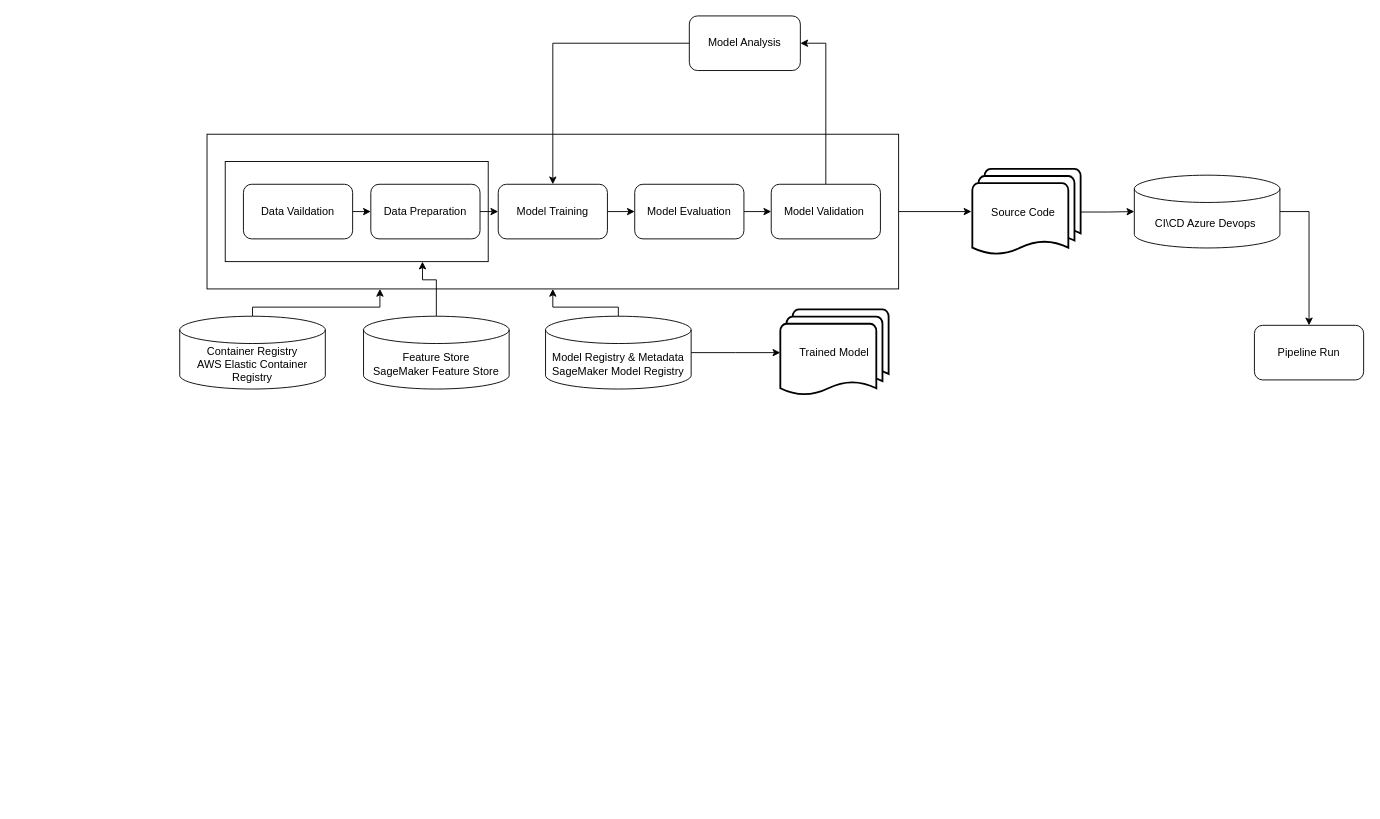
Before: page "Functional Overlay" (3 of 3) of ml_opsv1.drawio in praneshza/praneshza, a draw.io diagram. Source tidied: cells renumbered, new cells numbered last; positions are measured from the earlier drawing's top-left corner, leaving out a move shared by most shapes. Both pictures are drawn from the tidied source at 91%, with x=0, y=0 at pixel (179, 15).
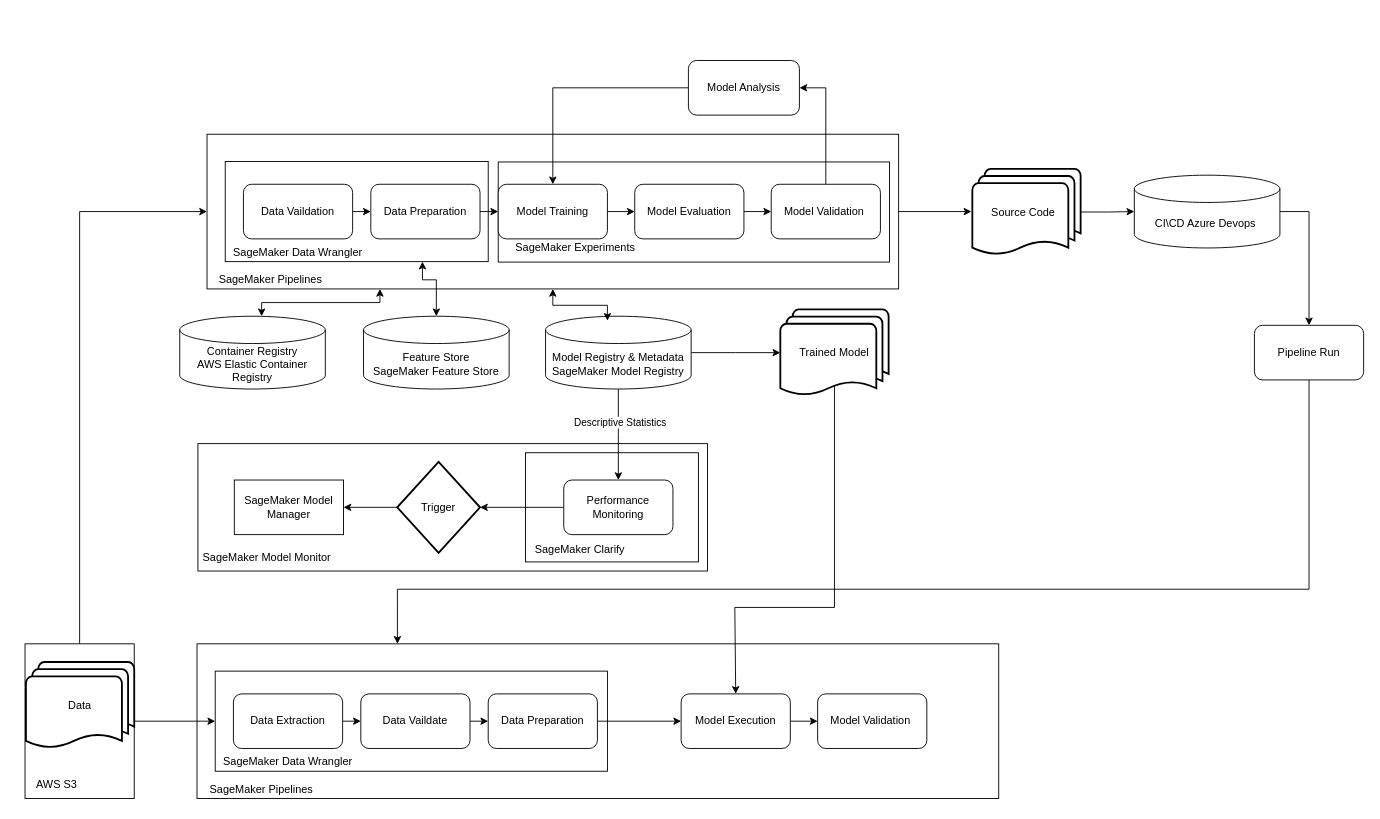
Above is the later version.

The change refers to these unchanged cells:
```xml
<mxCell id="4" style="rounded=0;whiteSpace=wrap;html=1;" parent="1" vertex="1">
  <mxGeometry x="50" y="160" width="289" height="110" as="geometry" />
</mxCell>
<mxCell id="16" value="Feature Store&lt;br style=&quot;border-color: var(--border-color);&quot;&gt;SageMaker Feature Store" style="shape=cylinder3;whiteSpace=wrap;html=1;boundedLbl=1;backgroundOutline=1;size=15;" parent="1" vertex="1">
  <mxGeometry x="202" y="330" width="160" height="80" as="geometry" />
</mxCell>
<mxCell id="19" value="Model Registry &amp;amp; Metadata&lt;br style=&quot;border-color: var(--border-color);&quot;&gt;SageMaker Model Registry" style="shape=cylinder3;whiteSpace=wrap;html=1;boundedLbl=1;backgroundOutline=1;size=15;" parent="1" vertex="1">
  <mxGeometry x="402" y="330" width="160" height="80" as="geometry" />
</mxCell>
<mxCell id="26" value="Pipeline Run" style="rounded=1;whiteSpace=wrap;html=1;" parent="1" vertex="1">
  <mxGeometry x="1181" y="340" width="120" height="60" as="geometry" />
</mxCell>
<mxCell id="27" value="Trained Model" style="strokeWidth=2;html=1;shape=mxgraph.flowchart.multi-document;whiteSpace=wrap;" parent="1" vertex="1">
  <mxGeometry x="660" y="322.5" width="119" height="95" as="geometry" />
</mxCell>
<mxCell id="29" value="Container Registry&lt;br&gt;AWS Elastic Container Registry" style="shape=cylinder3;whiteSpace=wrap;html=1;boundedLbl=1;backgroundOutline=1;size=15;" parent="1" vertex="1">
  <mxGeometry y="330" width="160" height="80" as="geometry" />
</mxCell>
```

The edit, as a diff of the source:
```diff
@@
+    <mxCell id="3" style="rounded=0;whiteSpace=wrap;html=1;" parent="1" vertex="1">
+      <mxGeometry x="30" y="130" width="760" height="170" as="geometry" />
+    </mxCell>
+    <mxCell id="30" style="rounded=0;whiteSpace=wrap;html=1;" parent="1" vertex="1">
+      <mxGeometry x="350" y="160.5" width="430" height="110" as="geometry" />
+    </mxCell>
+    <mxCell id="31" style="rounded=0;whiteSpace=wrap;html=1;" parent="1" vertex="1">
+      <mxGeometry x="20" y="470" width="560" height="140" as="geometry" />
+    </mxCell>
+    <mxCell id="32" style="rounded=0;whiteSpace=wrap;html=1;" parent="1" vertex="1">
+      <mxGeometry x="380" y="480" width="190" height="120" as="geometry" />
+    </mxCell>
@@
-    <mxCell id="3" style="rounded=0;whiteSpace=wrap;html=1;" parent="1" vertex="1">
-      <mxGeometry x="30" y="130" width="760" height="170" as="geometry" />
-    </mxCell>
@@
-    <mxCell id="15" style="edgeStyle=orthogonalEdgeStyle;rounded=0;jettySize=auto;html=1;exitX=0.5;exitY=0;exitDx=0;exitDy=0;exitPerimeter=0;entryX=0.75;entryY=1;entryDx=0;entryDy=0;" parent="1" edge="1" source="16" target="4">
-      <mxGeometry relative="1" as="geometry">
-        <Array as="points">
-          <mxPoint x="282" y="290" />
-          <mxPoint x="267" y="290" />
-        </Array>
-      </mxGeometry>
-    </mxCell>
@@
-    <mxCell id="18" style="edgeStyle=orthogonalEdgeStyle;rounded=0;jettySize=auto;html=1;exitX=0.5;exitY=0;exitDx=0;exitDy=0;exitPerimeter=0;entryX=0.5;entryY=1;entryDx=0;entryDy=0;" parent="1" edge="1" source="19" target="3">
-      <mxGeometry relative="1" as="geometry">
-        <Array as="points">
-          <mxPoint x="482" y="320" />
-          <mxPoint x="410" y="320" />
-        </Array>
-      </mxGeometry>
-    </mxCell>
+    <mxCell id="33" style="edgeStyle=orthogonalEdgeStyle;rounded=0;jettySize=auto;html=1;exitX=0.5;exitY=1;exitDx=0;exitDy=0;exitPerimeter=0;" parent="1" edge="1" source="19">
+      <mxGeometry relative="1" as="geometry">
+        <mxPoint x="482" y="510" as="targetPoint" />
+      </mxGeometry>
+    </mxCell>
+    <mxCell id="34" value="Descriptive Statistics" style="edgeLabel;html=1;align=center;verticalAlign=middle;" parent="33" vertex="1">
+      <mxGeometry x="-0.29" y="1" relative="1" as="geometry" />
+    </mxCell>
@@
     <mxCell id="21" value="Model Analysis" style="rounded=1;whiteSpace=wrap;html=1;" parent="1" vertex="1">
-      <mxGeometry x="560" width="122" height="60" as="geometry" />
+      <mxGeometry x="559" y="49" width="122" height="60" as="geometry" />
     </mxCell>
@@
+    <mxCell id="35" style="edgeStyle=orthogonalEdgeStyle;rounded=0;jettySize=auto;html=1;exitX=0.5;exitY=1;exitDx=0;exitDy=0;entryX=0.25;entryY=0;entryDx=0;entryDy=0;" parent="1" edge="1" source="26" target="46">
+      <mxGeometry relative="1" as="geometry">
+        <Array as="points">
+          <mxPoint x="1241" y="630" />
+          <mxPoint x="239" y="630" />
+        </Array>
+      </mxGeometry>
+    </mxCell>
@@
-    <mxCell id="28" style="edgeStyle=orthogonalEdgeStyle;rounded=0;jettySize=auto;html=1;exitX=0.5;exitY=0;exitDx=0;exitDy=0;exitPerimeter=0;entryX=0.25;entryY=1;entryDx=0;entryDy=0;" parent="1" edge="1" source="29" target="3">
-      <mxGeometry relative="1" as="geometry">
-        <Array as="points">
-          <mxPoint x="80" y="320" />
-          <mxPoint x="220" y="320" />
-        </Array>
-      </mxGeometry>
-    </mxCell>
@@
+    <mxCell id="36" style="edgeStyle=orthogonalEdgeStyle;rounded=0;jettySize=auto;html=1;exitX=0;exitY=0.5;exitDx=0;exitDy=0;" parent="1" edge="1" source="37">
+      <mxGeometry relative="1" as="geometry">
+        <mxPoint x="330" y="540" as="targetPoint" />
+      </mxGeometry>
+    </mxCell>
+    <mxCell id="37" value="Performance Monitoring" style="rounded=1;whiteSpace=wrap;html=1;" parent="1" vertex="1">
+      <mxGeometry x="422" y="510" width="120" height="60" as="geometry" />
+    </mxCell>
+    <mxCell id="38" style="edgeStyle=orthogonalEdgeStyle;rounded=0;jettySize=auto;html=1;exitX=0;exitY=0.5;exitDx=0;exitDy=0;exitPerimeter=0;entryX=1;entryY=0.5;entryDx=0;entryDy=0;" parent="1" edge="1" source="39" target="40">
+      <mxGeometry relative="1" as="geometry" />
+    </mxCell>
+    <mxCell id="39" value="Trigger" style="strokeWidth=2;html=1;shape=mxgraph.flowchart.decision;whiteSpace=wrap;" parent="1" vertex="1">
+      <mxGeometry x="239" y="490" width="91" height="100" as="geometry" />
+    </mxCell>
+    <mxCell id="40" value="SageMaker Model Manager" style="rounded=0;whiteSpace=wrap;html=1;" parent="1" vertex="1">
+      <mxGeometry x="60" y="510" width="120" height="60" as="geometry" />
+    </mxCell>
+    <mxCell id="41" value="SageMaker Pipelines" style="text;html=1;strokeColor=none;fillColor=none;align=center;verticalAlign=middle;whiteSpace=wrap;rounded=0;" parent="1" vertex="1">
+      <mxGeometry x="20" y="275" width="160" height="30" as="geometry" />
+    </mxCell>
+    <mxCell id="42" value="SageMaker Data Wrangler" style="text;html=1;strokeColor=none;fillColor=none;align=center;verticalAlign=middle;whiteSpace=wrap;rounded=0;" parent="1" vertex="1">
+      <mxGeometry x="45" y="245" width="170" height="30" as="geometry" />
+    </mxCell>
+    <mxCell id="43" value="SageMaker Model Monitor" style="text;html=1;strokeColor=none;fillColor=none;align=center;verticalAlign=middle;whiteSpace=wrap;rounded=0;" parent="1" vertex="1">
+      <mxGeometry x="16" y="580" width="160" height="30" as="geometry" />
+    </mxCell>
+    <mxCell id="44" value="SageMaker Clarify" style="text;html=1;strokeColor=none;fillColor=none;align=center;verticalAlign=middle;whiteSpace=wrap;rounded=0;" parent="1" vertex="1">
+      <mxGeometry x="360" y="572" width="160" height="30" as="geometry" />
+    </mxCell>
+    <mxCell id="45" value="SageMaker Experiments" style="text;html=1;strokeColor=none;fillColor=none;align=center;verticalAlign=middle;whiteSpace=wrap;rounded=0;" parent="1" vertex="1">
+      <mxGeometry x="350" y="240" width="170" height="30" as="geometry" />
+    </mxCell>
+    <mxCell id="46" style="rounded=0;whiteSpace=wrap;html=1;" parent="1" vertex="1">
+      <mxGeometry x="19" y="690" width="881" height="170" as="geometry" />
+    </mxCell>
+    <mxCell id="47" style="rounded=0;whiteSpace=wrap;html=1;" parent="1" vertex="1">
+      <mxGeometry x="39" y="720" width="431" height="110" as="geometry" />
+    </mxCell>
+    <mxCell id="48" style="edgeStyle=orthogonalEdgeStyle;rounded=0;jettySize=auto;html=1;exitX=1;exitY=0.5;exitDx=0;exitDy=0;entryX=0;entryY=0.5;entryDx=0;entryDy=0;" parent="1" edge="1" source="49" target="51">
+      <mxGeometry relative="1" as="geometry" />
+    </mxCell>
+    <mxCell id="49" value="Data Extraction" style="rounded=1;whiteSpace=wrap;html=1;" parent="1" vertex="1">
+      <mxGeometry x="59" y="745" width="120" height="60" as="geometry" />
+    </mxCell>
+    <mxCell id="50" style="edgeStyle=orthogonalEdgeStyle;rounded=0;jettySize=auto;html=1;exitX=1;exitY=0.5;exitDx=0;exitDy=0;entryX=0;entryY=0.5;entryDx=0;entryDy=0;" parent="1" edge="1" source="51" target="53">
+      <mxGeometry relative="1" as="geometry" />
+    </mxCell>
+    <mxCell id="51" value="Data Vaildate" style="rounded=1;whiteSpace=wrap;html=1;" parent="1" vertex="1">
+      <mxGeometry x="199" y="745" width="120" height="60" as="geometry" />
+    </mxCell>
+    <mxCell id="52" style="edgeStyle=orthogonalEdgeStyle;rounded=0;jettySize=auto;html=1;exitX=1;exitY=0.5;exitDx=0;exitDy=0;entryX=0;entryY=0.5;entryDx=0;entryDy=0;" parent="1" edge="1" source="53" target="55">
+      <mxGeometry relative="1" as="geometry" />
+    </mxCell>
+    <mxCell id="53" value="Data Preparation" style="rounded=1;whiteSpace=wrap;html=1;" parent="1" vertex="1">
+      <mxGeometry x="339" y="745" width="120" height="60" as="geometry" />
+    </mxCell>
+    <mxCell id="54" style="edgeStyle=orthogonalEdgeStyle;rounded=0;jettySize=auto;html=1;exitX=1;exitY=0.5;exitDx=0;exitDy=0;entryX=0;entryY=0.5;entryDx=0;entryDy=0;" parent="1" edge="1" source="55" target="56">
+      <mxGeometry relative="1" as="geometry" />
+    </mxCell>
+    <mxCell id="55" value="Model Execution" style="rounded=1;whiteSpace=wrap;html=1;" parent="1" vertex="1">
+      <mxGeometry x="551" y="745" width="120" height="60" as="geometry" />
+    </mxCell>
+    <mxCell id="56" value="Model Validation&amp;nbsp;" style="rounded=1;whiteSpace=wrap;html=1;" parent="1" vertex="1">
+      <mxGeometry x="701" y="745" width="120" height="60" as="geometry" />
+    </mxCell>
+    <mxCell id="57" value="SageMaker Data Wrangler" style="text;html=1;strokeColor=none;fillColor=none;align=center;verticalAlign=middle;whiteSpace=wrap;rounded=0;" parent="1" vertex="1">
+      <mxGeometry x="34" y="805" width="170" height="30" as="geometry" />
+    </mxCell>
+    <mxCell id="58" style="edgeStyle=orthogonalEdgeStyle;rounded=0;jettySize=auto;html=1;exitX=0.5;exitY=0;exitDx=0;exitDy=0;entryX=0;entryY=0.5;entryDx=0;entryDy=0;" parent="1" edge="1" source="60" target="3">
+      <mxGeometry relative="1" as="geometry" />
+    </mxCell>
+    <mxCell id="59" style="edgeStyle=orthogonalEdgeStyle;rounded=0;jettySize=auto;html=1;exitX=1;exitY=0.5;exitDx=0;exitDy=0;" parent="1" edge="1" source="60" target="47">
+      <mxGeometry relative="1" as="geometry" />
+    </mxCell>
+    <mxCell id="60" style="rounded=0;whiteSpace=wrap;html=1;" parent="1" vertex="1">
+      <mxGeometry x="-170" y="690" width="120" height="170" as="geometry" />
+    </mxCell>
+    <mxCell id="61" value="AWS S3" style="text;html=1;strokeColor=none;fillColor=none;align=center;verticalAlign=middle;whiteSpace=wrap;rounded=0;" parent="1" vertex="1">
+      <mxGeometry x="-180" y="830" width="90" height="30" as="geometry" />
+    </mxCell>
+    <mxCell id="62" value="Data" style="strokeWidth=2;html=1;shape=mxgraph.flowchart.multi-document;whiteSpace=wrap;" parent="1" vertex="1">
+      <mxGeometry x="-169" y="710" width="119" height="95" as="geometry" />
+    </mxCell>
+    <mxCell id="63" style="edgeStyle=orthogonalEdgeStyle;rounded=0;jettySize=auto;html=1;exitX=0.5;exitY=0.88;exitDx=0;exitDy=0;exitPerimeter=0;entryX=0.5;entryY=0;entryDx=0;entryDy=0;" parent="1" edge="1" source="27" target="55">
+      <mxGeometry relative="1" as="geometry">
+        <Array as="points">
+          <mxPoint x="720" y="650" />
+          <mxPoint x="610" y="650" />
+        </Array>
+      </mxGeometry>
+    </mxCell>
+    <mxCell id="64" value="SageMaker Pipelines" style="text;html=1;strokeColor=none;fillColor=none;align=center;verticalAlign=middle;whiteSpace=wrap;rounded=0;" parent="1" vertex="1">
+      <mxGeometry x="10" y="835" width="160" height="30" as="geometry" />
+    </mxCell>
+    <mxCell id="65" style="endArrow=classic;startArrow=classic;html=1;rounded=0;entryX=0.25;entryY=1;entryDx=0;entryDy=0;edgeStyle=elbowEdgeStyle;elbow=vertical;" parent="1" edge="1" target="3">
+      <mxGeometry relative="1" as="geometry">
+        <mxPoint x="90" y="330" as="sourcePoint" />
+      </mxGeometry>
+    </mxCell>
+    <mxCell id="66" style="endArrow=classic;startArrow=classic;html=1;rounded=0;edgeStyle=elbowEdgeStyle;elbow=vertical;" parent="1" edge="1" target="3">
+      <mxGeometry relative="1" as="geometry">
+        <mxPoint x="470" y="335" as="sourcePoint" />
+      </mxGeometry>
+    </mxCell>
+    <mxCell id="15" style="endArrow=classic;startArrow=classic;html=1;rounded=0;edgeStyle=elbowEdgeStyle;elbow=vertical;exitX=0.5;exitY=0;exitDx=0;exitDy=0;exitPerimeter=0;entryX=0.75;entryY=1;entryDx=0;entryDy=0;" parent="1" edge="1" source="16" target="4">
+      <mxGeometry relative="1" as="geometry">
+        <Array as="points">
+          <mxPoint x="280" y="290" />
+        </Array>
+      </mxGeometry>
+    </mxCell>
```
